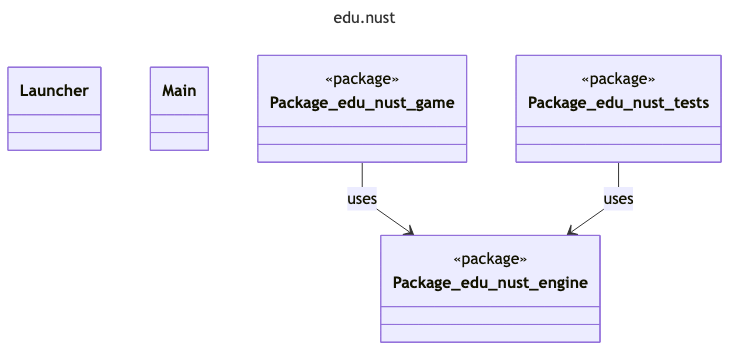
Above: uml/generated/png/package_edu_nust.png in zombie-zero-nust/zombie-zero (Mermaid), before the change. Its source is kept beside it as uml/generated/mmd/package_edu_nust.mmd.
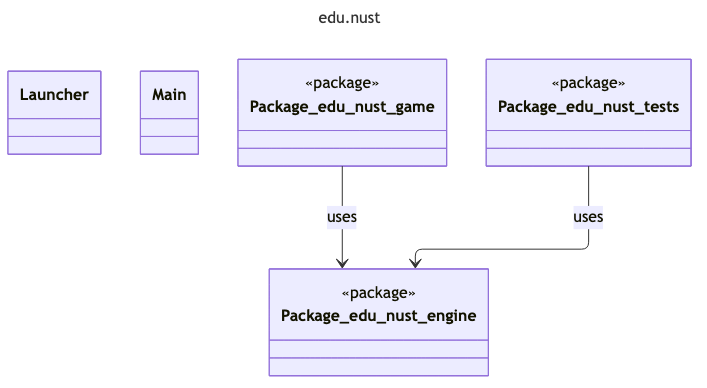
The same diagram one commit later.

Diff of the diagram source:
```diff
@@ -2,15 +2,15 @@
 title: edu.nust
 config:
   look: classic
-  layout: dagre
+  layout: elk
   flowchart:
     curve: linear
   class:
     defaultRenderer: dagre-wrapper
 ---
 classDiagram
-class Launcher
-class Main
+  class Launcher
+  class Main
 class Package_edu_nust_engine <<package>>
 class Package_edu_nust_game <<package>>
 class Package_edu_nust_tests <<package>>
```
